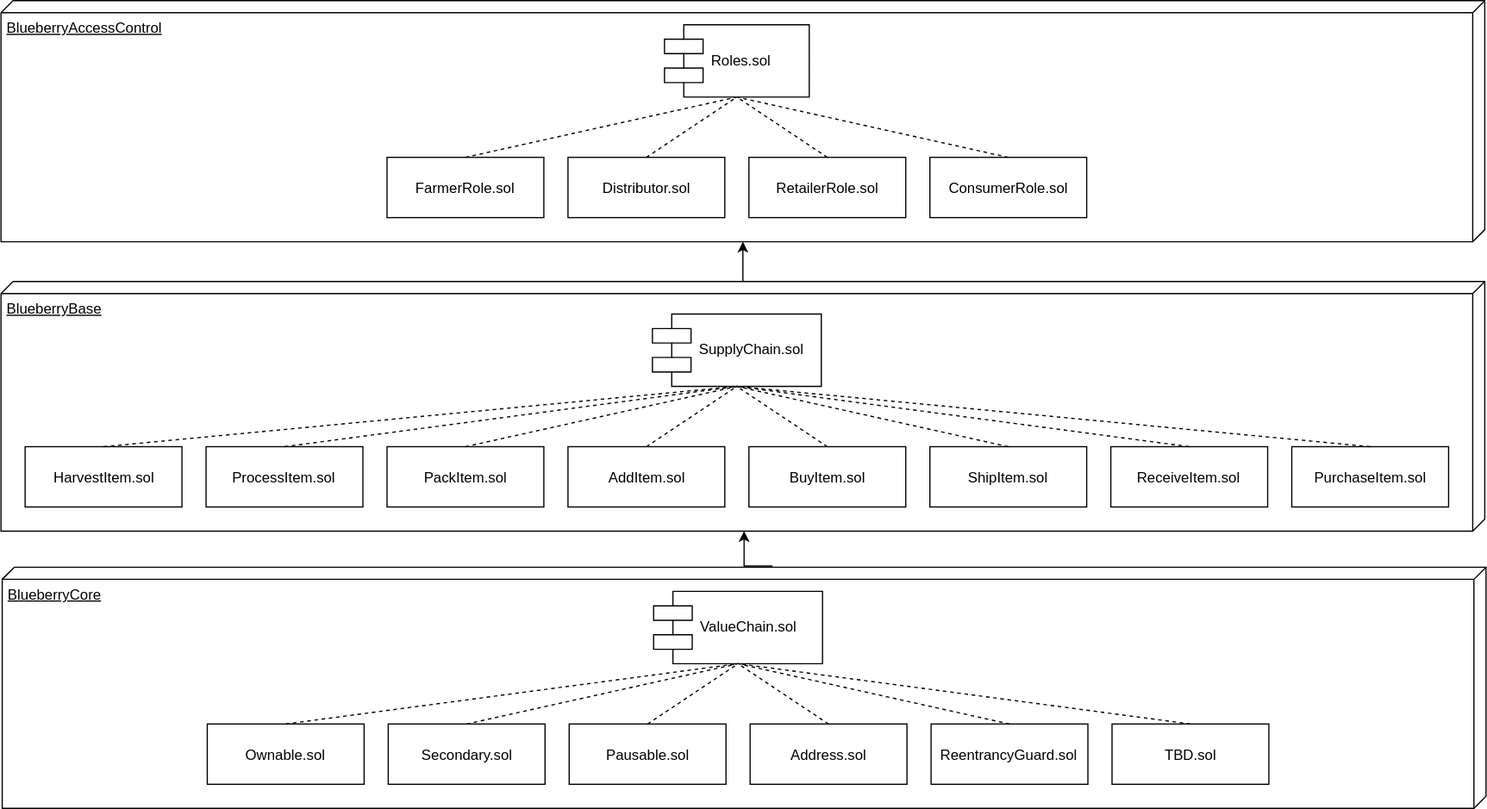
naif-alsaleh/blueberry-supplychain keeps this draw.io diagram as images/Blueberry class diagram.svg. Above is the earlier version. Source tidied: cells renumbered, new cells last; positions are measured from the earlier drawing's top-left corner, leaving out a move shared by most shapes. The source it was exported from:
```xml
<mxGraphModel>
  <root>
    <mxCell id="0" />
    <mxCell id="1" parent="0" />
    <mxCell id="2" style="edgeStyle=orthogonalEdgeStyle;rounded=0;html=1;entryX=1;entryY=0.499;entryDx=0;entryDy=0;entryPerimeter=0;jettySize=auto;" parent="1" edge="1" source="3" target="5">
      <mxGeometry relative="1" as="geometry">
        <Array as="points">
          <mxPoint x="639" y="469" />
        </Array>
      </mxGeometry>
    </mxCell>
    <mxCell id="3" value="BlueberryCore" style="verticalAlign=top;align=left;spacingTop=8;spacingLeft=2;spacingRight=12;shape=cube;size=10;direction=south;fontStyle=4;html=1;" parent="1" vertex="1">
      <mxGeometry x="1" y="470" width="1230" height="200" as="geometry" />
    </mxCell>
    <mxCell id="4" style="edgeStyle=orthogonalEdgeStyle;rounded=0;html=1;entryX=1.002;entryY=0.5;entryDx=0;entryDy=0;entryPerimeter=0;jettySize=auto;" parent="1" edge="1" source="5" target="6">
      <mxGeometry relative="1" as="geometry" />
    </mxCell>
    <mxCell id="5" value="BlueberryBase" style="verticalAlign=top;align=left;spacingTop=8;spacingLeft=2;spacingRight=12;shape=cube;size=10;direction=south;fontStyle=4;html=1;" parent="1" vertex="1">
      <mxGeometry y="233" width="1230" height="207" as="geometry" />
    </mxCell>
    <mxCell id="6" value="BlueberryAccessControl" style="verticalAlign=top;align=left;spacingTop=8;spacingLeft=2;spacingRight=12;shape=cube;size=10;direction=south;fontStyle=4;html=1;" parent="1" vertex="1">
      <mxGeometry width="1230" height="200" as="geometry" />
    </mxCell>
    <mxCell id="7" value="Roles.sol" style="shape=component;align=left;spacingLeft=36;" parent="1" vertex="1">
      <mxGeometry x="550" y="20" width="120" height="60" as="geometry" />
    </mxCell>
    <mxCell id="8" value="FarmerRole.sol&lt;br&gt;" style="html=1;" parent="1" vertex="1">
      <mxGeometry x="320" y="130" width="130" height="50" as="geometry" />
    </mxCell>
    <mxCell id="9" value="Distributor.sol&lt;br&gt;" style="html=1;" parent="1" vertex="1">
      <mxGeometry x="470" y="130" width="130" height="50" as="geometry" />
    </mxCell>
    <mxCell id="10" value="RetailerRole.sol&lt;br&gt;" style="html=1;" parent="1" vertex="1">
      <mxGeometry x="620" y="130" width="130" height="50" as="geometry" />
    </mxCell>
    <mxCell id="11" value="ConsumerRole.sol&lt;br&gt;" style="html=1;" parent="1" vertex="1">
      <mxGeometry x="770" y="130" width="130" height="50" as="geometry" />
    </mxCell>
    <mxCell id="12" style="endArrow=none;dashed=1;html=1;entryX=0.5;entryY=1;entryDx=0;entryDy=0;exitX=0.5;exitY=0;exitDx=0;exitDy=0;" parent="1" edge="1" source="8" target="7">
      <mxGeometry relative="1" as="geometry" />
    </mxCell>
    <mxCell id="13" style="endArrow=none;dashed=1;html=1;entryX=0.5;entryY=1;entryDx=0;entryDy=0;exitX=0.5;exitY=0;exitDx=0;exitDy=0;" parent="1" edge="1" source="9" target="7">
      <mxGeometry relative="1" as="geometry" />
    </mxCell>
    <mxCell id="14" style="endArrow=none;dashed=1;html=1;exitX=0.5;exitY=0;exitDx=0;exitDy=0;" parent="1" edge="1" source="10">
      <mxGeometry relative="1" as="geometry">
        <mxPoint x="610" y="80" as="targetPoint" />
      </mxGeometry>
    </mxCell>
    <mxCell id="15" style="endArrow=none;dashed=1;html=1;exitX=0.5;exitY=0;exitDx=0;exitDy=0;entryX=0.5;entryY=1;entryDx=0;entryDy=0;" parent="1" edge="1" source="11" target="7">
      <mxGeometry relative="1" as="geometry" />
    </mxCell>
    <mxCell id="16" value="SupplyChain.sol" style="shape=component;align=left;spacingLeft=36;" parent="1" vertex="1">
      <mxGeometry x="540" y="260" width="140" height="60" as="geometry" />
    </mxCell>
    <mxCell id="17" value="PackItem.sol&lt;br&gt;" style="html=1;" parent="1" vertex="1">
      <mxGeometry x="320" y="370" width="130" height="50" as="geometry" />
    </mxCell>
    <mxCell id="18" value="AddItem.sol&lt;br&gt;" style="html=1;" parent="1" vertex="1">
      <mxGeometry x="470" y="370" width="130" height="50" as="geometry" />
    </mxCell>
    <mxCell id="19" value="BuyItem.sol&lt;br&gt;" style="html=1;" parent="1" vertex="1">
      <mxGeometry x="620" y="370" width="130" height="50" as="geometry" />
    </mxCell>
    <mxCell id="20" value="ShipItem.sol&lt;br&gt;" style="html=1;" parent="1" vertex="1">
      <mxGeometry x="770" y="370" width="130" height="50" as="geometry" />
    </mxCell>
    <mxCell id="21" style="endArrow=none;dashed=1;html=1;entryX=0.5;entryY=1;entryDx=0;entryDy=0;exitX=0.5;exitY=0;exitDx=0;exitDy=0;" parent="1" edge="1" source="17" target="16">
      <mxGeometry relative="1" as="geometry" />
    </mxCell>
    <mxCell id="22" style="endArrow=none;dashed=1;html=1;entryX=0.5;entryY=1;entryDx=0;entryDy=0;exitX=0.5;exitY=0;exitDx=0;exitDy=0;" parent="1" edge="1" source="18" target="16">
      <mxGeometry relative="1" as="geometry" />
    </mxCell>
    <mxCell id="23" style="endArrow=none;dashed=1;html=1;exitX=0.5;exitY=0;exitDx=0;exitDy=0;" parent="1" edge="1" source="19">
      <mxGeometry relative="1" as="geometry">
        <mxPoint x="610" y="320" as="targetPoint" />
      </mxGeometry>
    </mxCell>
    <mxCell id="24" style="endArrow=none;dashed=1;html=1;exitX=0.5;exitY=0;exitDx=0;exitDy=0;entryX=0.5;entryY=1;entryDx=0;entryDy=0;" parent="1" edge="1" source="20" target="16">
      <mxGeometry relative="1" as="geometry" />
    </mxCell>
    <mxCell id="25" value="HarvestItem.sol&lt;br&gt;" style="html=1;" parent="1" vertex="1">
      <mxGeometry x="20" y="370" width="130" height="50" as="geometry" />
    </mxCell>
    <mxCell id="26" value="ProcessItem.sol&lt;br&gt;" style="html=1;" parent="1" vertex="1">
      <mxGeometry x="170" y="370" width="130" height="50" as="geometry" />
    </mxCell>
    <mxCell id="27" value="ReceiveItem.sol&lt;br&gt;" style="html=1;" parent="1" vertex="1">
      <mxGeometry x="920" y="370" width="130" height="50" as="geometry" />
    </mxCell>
    <mxCell id="28" value="PurchaseItem.sol&lt;br&gt;" style="html=1;" parent="1" vertex="1">
      <mxGeometry x="1070" y="370" width="130" height="50" as="geometry" />
    </mxCell>
    <mxCell id="29" style="endArrow=none;dashed=1;html=1;exitX=0.5;exitY=0;exitDx=0;exitDy=0;" parent="1" edge="1" source="26">
      <mxGeometry relative="1" as="geometry">
        <mxPoint x="610" y="320" as="targetPoint" />
      </mxGeometry>
    </mxCell>
    <mxCell id="30" style="endArrow=none;dashed=1;html=1;exitX=0.5;exitY=0;exitDx=0;exitDy=0;" parent="1" edge="1" source="25">
      <mxGeometry relative="1" as="geometry">
        <mxPoint x="610" y="320" as="targetPoint" />
      </mxGeometry>
    </mxCell>
    <mxCell id="31" style="endArrow=none;dashed=1;html=1;exitX=0.5;exitY=0;exitDx=0;exitDy=0;entryX=0.5;entryY=1;entryDx=0;entryDy=0;" parent="1" edge="1" source="27" target="16">
      <mxGeometry relative="1" as="geometry" />
    </mxCell>
    <mxCell id="32" style="endArrow=none;dashed=1;html=1;exitX=0.5;exitY=0;exitDx=0;exitDy=0;" parent="1" edge="1" source="28">
      <mxGeometry relative="1" as="geometry">
        <mxPoint x="610" y="320" as="targetPoint" />
      </mxGeometry>
    </mxCell>
    <mxCell id="33" value="ValueChain.sol" style="shape=component;align=left;spacingLeft=36;" parent="1" vertex="1">
      <mxGeometry x="541" y="490" width="140" height="60" as="geometry" />
    </mxCell>
    <mxCell id="34" value="Secondary.sol&lt;br&gt;" style="html=1;" parent="1" vertex="1">
      <mxGeometry x="321" y="600" width="130" height="50" as="geometry" />
    </mxCell>
    <mxCell id="35" value="Pausable.sol&lt;br&gt;" style="html=1;" parent="1" vertex="1">
      <mxGeometry x="471" y="600" width="130" height="50" as="geometry" />
    </mxCell>
    <mxCell id="36" value="Address.sol&lt;br&gt;" style="html=1;" parent="1" vertex="1">
      <mxGeometry x="621" y="600" width="130" height="50" as="geometry" />
    </mxCell>
    <mxCell id="37" value="ReentrancyGuard.sol&lt;br&gt;" style="html=1;" parent="1" vertex="1">
      <mxGeometry x="771" y="600" width="130" height="50" as="geometry" />
    </mxCell>
    <mxCell id="38" style="endArrow=none;dashed=1;html=1;entryX=0.5;entryY=1;entryDx=0;entryDy=0;exitX=0.5;exitY=0;exitDx=0;exitDy=0;" parent="1" edge="1" source="34" target="33">
      <mxGeometry relative="1" as="geometry" />
    </mxCell>
    <mxCell id="39" style="endArrow=none;dashed=1;html=1;entryX=0.5;entryY=1;entryDx=0;entryDy=0;exitX=0.5;exitY=0;exitDx=0;exitDy=0;" parent="1" edge="1" source="35" target="33">
      <mxGeometry relative="1" as="geometry" />
    </mxCell>
    <mxCell id="40" style="endArrow=none;dashed=1;html=1;exitX=0.5;exitY=0;exitDx=0;exitDy=0;" parent="1" edge="1" source="36">
      <mxGeometry relative="1" as="geometry">
        <mxPoint x="611" y="550" as="targetPoint" />
      </mxGeometry>
    </mxCell>
    <mxCell id="41" style="endArrow=none;dashed=1;html=1;exitX=0.5;exitY=0;exitDx=0;exitDy=0;entryX=0.5;entryY=1;entryDx=0;entryDy=0;" parent="1" edge="1" source="37" target="33">
      <mxGeometry relative="1" as="geometry" />
    </mxCell>
    <mxCell id="42" value="Ownable.sol&lt;br&gt;" style="html=1;" parent="1" vertex="1">
      <mxGeometry x="171" y="600" width="130" height="50" as="geometry" />
    </mxCell>
    <mxCell id="43" value="TBD.sol&lt;br&gt;" style="html=1;" parent="1" vertex="1">
      <mxGeometry x="921" y="600" width="130" height="50" as="geometry" />
    </mxCell>
    <mxCell id="44" style="endArrow=none;dashed=1;html=1;exitX=0.5;exitY=0;exitDx=0;exitDy=0;" parent="1" edge="1" source="42">
      <mxGeometry relative="1" as="geometry">
        <mxPoint x="611" y="550" as="targetPoint" />
      </mxGeometry>
    </mxCell>
    <mxCell id="45" style="endArrow=none;dashed=1;html=1;exitX=0.5;exitY=0;exitDx=0;exitDy=0;entryX=0.5;entryY=1;entryDx=0;entryDy=0;" parent="1" edge="1" source="43" target="33">
      <mxGeometry relative="1" as="geometry" />
    </mxCell>
  </root>
</mxGraphModel>
```
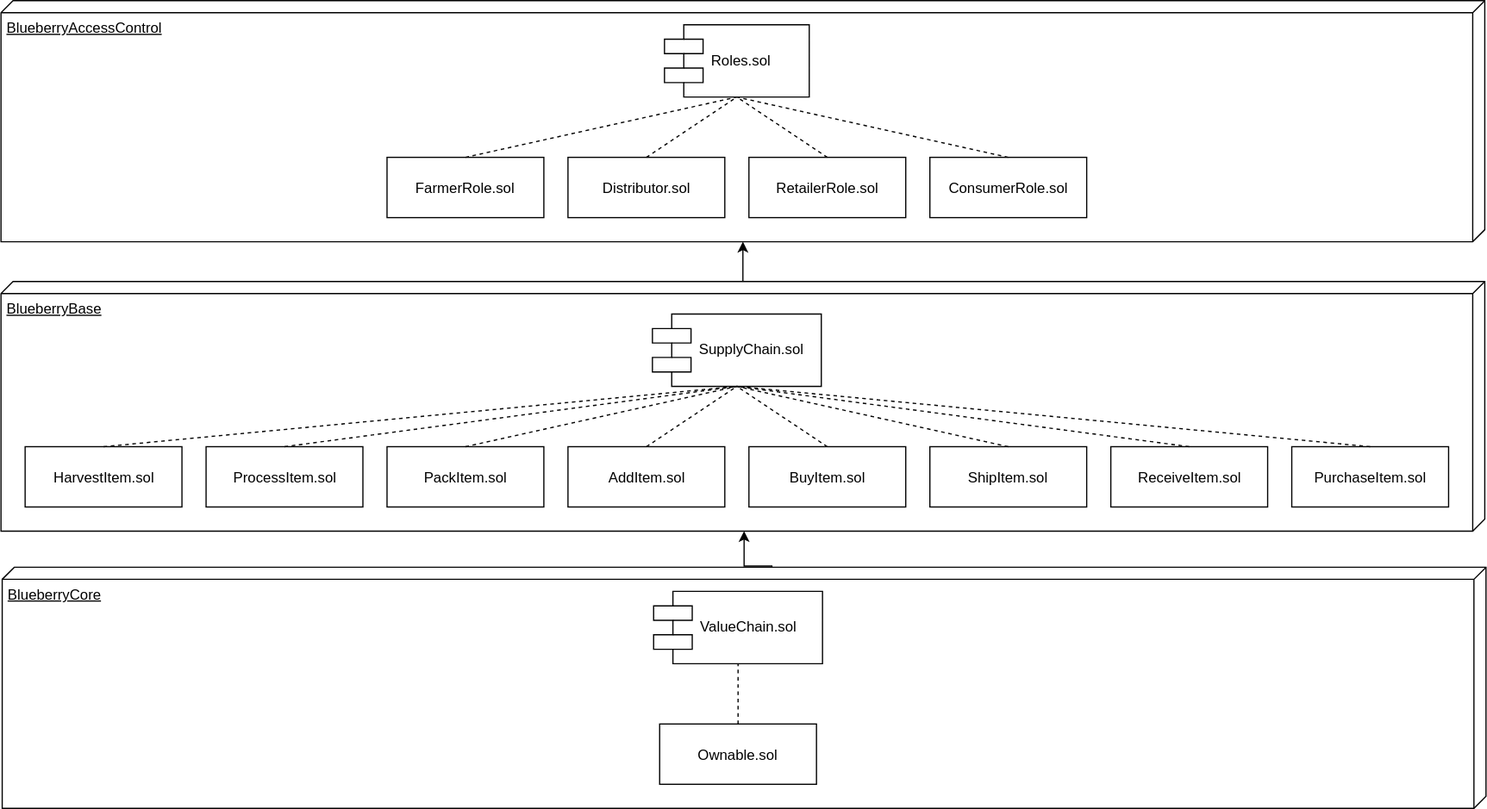
Later version of the same file.

Commit message:
update class diagram

What changed in the source:
```diff
@@ -112,45 +112,11 @@
     <mxCell id="33" value="ValueChain.sol" style="shape=component;align=left;spacingLeft=36;" parent="1" vertex="1">
       <mxGeometry x="541" y="490" width="140" height="60" as="geometry" />
     </mxCell>
-    <mxCell id="34" value="Secondary.sol&lt;br&gt;" style="html=1;" parent="1" vertex="1">
-      <mxGeometry x="321" y="600" width="130" height="50" as="geometry" />
-    </mxCell>
-    <mxCell id="35" value="Pausable.sol&lt;br&gt;" style="html=1;" parent="1" vertex="1">
-      <mxGeometry x="471" y="600" width="130" height="50" as="geometry" />
+    <mxCell id="35" value="Ownable.sol&lt;br&gt;" style="html=1;" parent="1" vertex="1">
+      <mxGeometry x="546" y="600" width="130" height="50" as="geometry" />
     </mxCell>
-    <mxCell id="36" value="Address.sol&lt;br&gt;" style="html=1;" parent="1" vertex="1">
-      <mxGeometry x="621" y="600" width="130" height="50" as="geometry" />
-    </mxCell>
-    <mxCell id="37" value="ReentrancyGuard.sol&lt;br&gt;" style="html=1;" parent="1" vertex="1">
-      <mxGeometry x="771" y="600" width="130" height="50" as="geometry" />
-    </mxCell>
-    <mxCell id="38" style="endArrow=none;dashed=1;html=1;entryX=0.5;entryY=1;entryDx=0;entryDy=0;exitX=0.5;exitY=0;exitDx=0;exitDy=0;" parent="1" edge="1" source="34" target="33">
-      <mxGeometry relative="1" as="geometry" />
-    </mxCell>
     <mxCell id="39" style="endArrow=none;dashed=1;html=1;entryX=0.5;entryY=1;entryDx=0;entryDy=0;exitX=0.5;exitY=0;exitDx=0;exitDy=0;" parent="1" edge="1" source="35" target="33">
       <mxGeometry relative="1" as="geometry" />
     </mxCell>
-    <mxCell id="40" style="endArrow=none;dashed=1;html=1;exitX=0.5;exitY=0;exitDx=0;exitDy=0;" parent="1" edge="1" source="36">
-      <mxGeometry relative="1" as="geometry">
-        <mxPoint x="611" y="550" as="targetPoint" />
-      </mxGeometry>
-    </mxCell>
-    <mxCell id="41" style="endArrow=none;dashed=1;html=1;exitX=0.5;exitY=0;exitDx=0;exitDy=0;entryX=0.5;entryY=1;entryDx=0;entryDy=0;" parent="1" edge="1" source="37" target="33">
-      <mxGeometry relative="1" as="geometry" />
-    </mxCell>
-    <mxCell id="42" value="Ownable.sol&lt;br&gt;" style="html=1;" parent="1" vertex="1">
-      <mxGeometry x="171" y="600" width="130" height="50" as="geometry" />
-    </mxCell>
-    <mxCell id="43" value="TBD.sol&lt;br&gt;" style="html=1;" parent="1" vertex="1">
-      <mxGeometry x="921" y="600" width="130" height="50" as="geometry" />
-    </mxCell>
-    <mxCell id="44" style="endArrow=none;dashed=1;html=1;exitX=0.5;exitY=0;exitDx=0;exitDy=0;" parent="1" edge="1" source="42">
-      <mxGeometry relative="1" as="geometry">
-        <mxPoint x="611" y="550" as="targetPoint" />
-      </mxGeometry>
-    </mxCell>
-    <mxCell id="45" style="endArrow=none;dashed=1;html=1;exitX=0.5;exitY=0;exitDx=0;exitDy=0;entryX=0.5;entryY=1;entryDx=0;entryDy=0;" parent="1" edge="1" source="43" target="33">
-      <mxGeometry relative="1" as="geometry" />
-    </mxCell>
   </root>
 </mxGraphModel>
```
